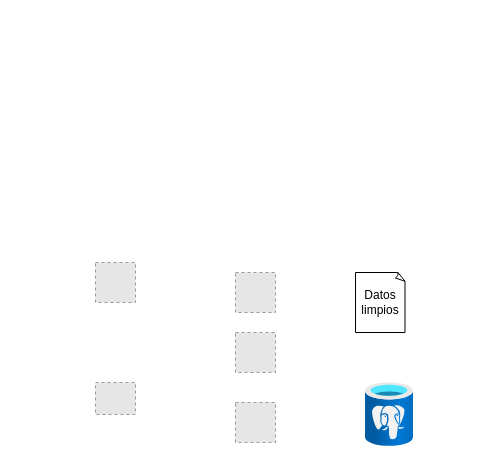
PCalderon77/data-science---IA---Big-data keeps this draw.io diagram as Proyecto Ayi.drawio. Above is the earlier version. Source tidied: cells renumbered, new cells numbered last; positions are measured from the earlier drawing's top-left corner, leaving out a move shared by most shapes. Both pictures are drawn from the tidied source at 100%, with x=0, y=0 at pixel (95, 262). Pictures stored in the file or linked from it are replaced by grey dashed boxes.
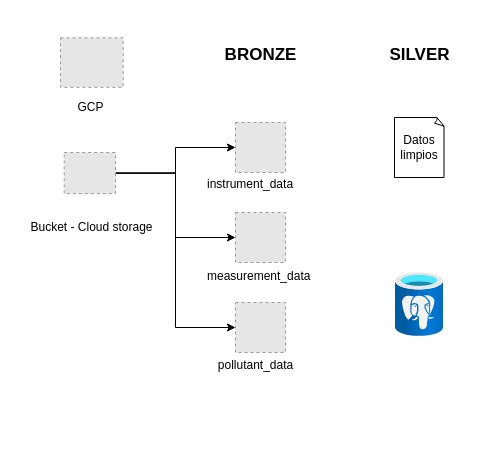
After the change.

Diff of the diagram source:
```diff
@@
 <mxGraphModel>
   <root>
     <mxCell id="0" />
     <mxCell id="1" parent="0" />
+    <mxCell id="9" style="edgeStyle=orthogonalEdgeStyle;rounded=0;jettySize=auto;html=1;" parent="1" edge="1" source="2" target="6">
+      <mxGeometry relative="1" as="geometry" />
+    </mxCell>
+    <mxCell id="10" style="edgeStyle=orthogonalEdgeStyle;rounded=0;jettySize=auto;html=1;entryX=0;entryY=0.5;entryDx=0;entryDy=0;" parent="1" edge="1" source="2" target="5">
+      <mxGeometry relative="1" as="geometry" />
+    </mxCell>
+    <mxCell id="11" style="edgeStyle=orthogonalEdgeStyle;rounded=0;jettySize=auto;html=1;entryX=0;entryY=0.5;entryDx=0;entryDy=0;" parent="1" edge="1" source="2" target="4">
+      <mxGeometry relative="1" as="geometry" />
+    </mxCell>
     <mxCell id="2" style="fillColor=#E6E6E6;strokeColor=#999999;dashed=1;html=1;verticalLabelPosition=bottom;labelBackgroundColor=#ffffff;verticalAlign=top;" parent="1" vertex="1">
-      <mxGeometry y="120" width="40" height="32" as="geometry" />
+      <mxGeometry x="-31.3" y="-110" width="51.3" height="41.1" as="geometry" />
     </mxCell>
-    <mxCell id="3" style="fillColor=#E6E6E6;strokeColor=#999999;dashed=1;html=1;verticalLabelPosition=bottom;labelBackgroundColor=#ffffff;verticalAlign=top;" parent="1" vertex="1">
-      <mxGeometry width="40" height="40" as="geometry" />
-    </mxCell>
     <mxCell id="4" style="fillColor=#E6E6E6;strokeColor=#999999;dashed=1;html=1;verticalAlign=top;verticalLabelPosition=bottom;labelBackgroundColor=#ffffff;" parent="1" vertex="1">
-      <mxGeometry x="140" y="140" width="40" height="40" as="geometry" />
+      <mxGeometry x="140" y="40" width="50" height="50" as="geometry" />
     </mxCell>
     <mxCell id="5" style="fillColor=#E6E6E6;strokeColor=#999999;dashed=1;html=1;verticalAlign=top;verticalLabelPosition=bottom;labelBackgroundColor=#ffffff;" parent="1" vertex="1">
-      <mxGeometry x="140" y="70" width="40" height="40" as="geometry" />
+      <mxGeometry x="140" y="-50" width="50" height="50" as="geometry" />
     </mxCell>
     <mxCell id="6" style="fillColor=#E6E6E6;strokeColor=#999999;dashed=1;html=1;verticalAlign=top;verticalLabelPosition=bottom;labelBackgroundColor=#ffffff;" parent="1" vertex="1">
-      <mxGeometry x="140" y="10" width="40" height="40" as="geometry" />
+      <mxGeometry x="140" y="-140" width="50" height="50" as="geometry" />
     </mxCell>
     <mxCell id="7" value="Datos limpios" style="whiteSpace=wrap;html=1;shape=mxgraph.basic.document;" parent="1" vertex="1">
-      <mxGeometry x="260" y="10" width="50" height="60" as="geometry" />
+      <mxGeometry x="299" y="-145" width="50" height="60" as="geometry" />
     </mxCell>
     <mxCell id="8" style="image;html=1;align=center;fontSize=12;image=img/lib/azure2/databases/Azure_Database_PostgreSQL_Server.svg;" parent="1" vertex="1">
-      <mxGeometry x="270" y="120" width="48" height="64" as="geometry" />
+      <mxGeometry x="300" y="10" width="48" height="64" as="geometry" />
     </mxCell>
+    <mxCell id="12" style="fillColor=#E6E6E6;strokeColor=#999999;dashed=1;verticalLabelPosition=bottom;labelBackgroundColor=default;verticalAlign=top;" parent="1" vertex="1">
+      <mxGeometry x="-35" y="-224.7" width="62.7" height="49.5" as="geometry" />
+    </mxCell>
+    <mxCell id="13" value="Bucket - Cloud storage" style="text;html=1;align=center;verticalAlign=middle;strokeColor=none;fillColor=none;" parent="1" vertex="1">
+      <mxGeometry x="-78.7" y="-50" width="150" height="30" as="geometry" />
+    </mxCell>
+    <mxCell id="14" value="GCP" style="text;html=1;align=center;verticalAlign=middle;strokeColor=none;fillColor=none;" parent="1" vertex="1">
+      <mxGeometry x="-30" y="-170" width="50" height="30" as="geometry" />
+    </mxCell>
+    <mxCell id="15" value="pollutant_data" style="text;html=1;align=center;verticalAlign=middle;strokeColor=none;fillColor=none;" parent="1" vertex="1">
+      <mxGeometry x="110" y="88" width="100" height="30" as="geometry" />
+    </mxCell>
+    <mxCell id="16" value="measurement_data" style="text;whiteSpace=wrap;" parent="1" vertex="1">
+      <mxGeometry x="110" width="140" height="40" as="geometry" />
+    </mxCell>
+    <mxCell id="17" value="instrument_data" style="text;whiteSpace=wrap;" parent="1" vertex="1">
+      <mxGeometry x="110" y="-92" width="120" height="40" as="geometry" />
+    </mxCell>
+    <mxCell id="18" value="&lt;h1&gt;&lt;span style=&quot;font-size: 17px;&quot;&gt;SILVER&lt;/span&gt;&lt;/h1&gt;" style="text;html=1;align=center;verticalAlign=middle;strokeColor=none;fillColor=none;fontStyle=1;fontFamily=Helvetica;" parent="1" vertex="1">
+      <mxGeometry x="284" y="-245.3" width="80" height="70" as="geometry" />
+    </mxCell>
+    <mxCell id="19" value="&lt;h1&gt;&lt;span style=&quot;font-size: 17px;&quot;&gt;BRONZE&lt;/span&gt;&lt;/h1&gt;" style="text;html=1;align=center;verticalAlign=middle;strokeColor=none;fillColor=none;fontStyle=1;fontFamily=Helvetica;" parent="1" vertex="1">
+      <mxGeometry x="115" y="-245.3" width="100" height="70" as="geometry" />
+    </mxCell>
   </root>
 </mxGraphModel>
```
